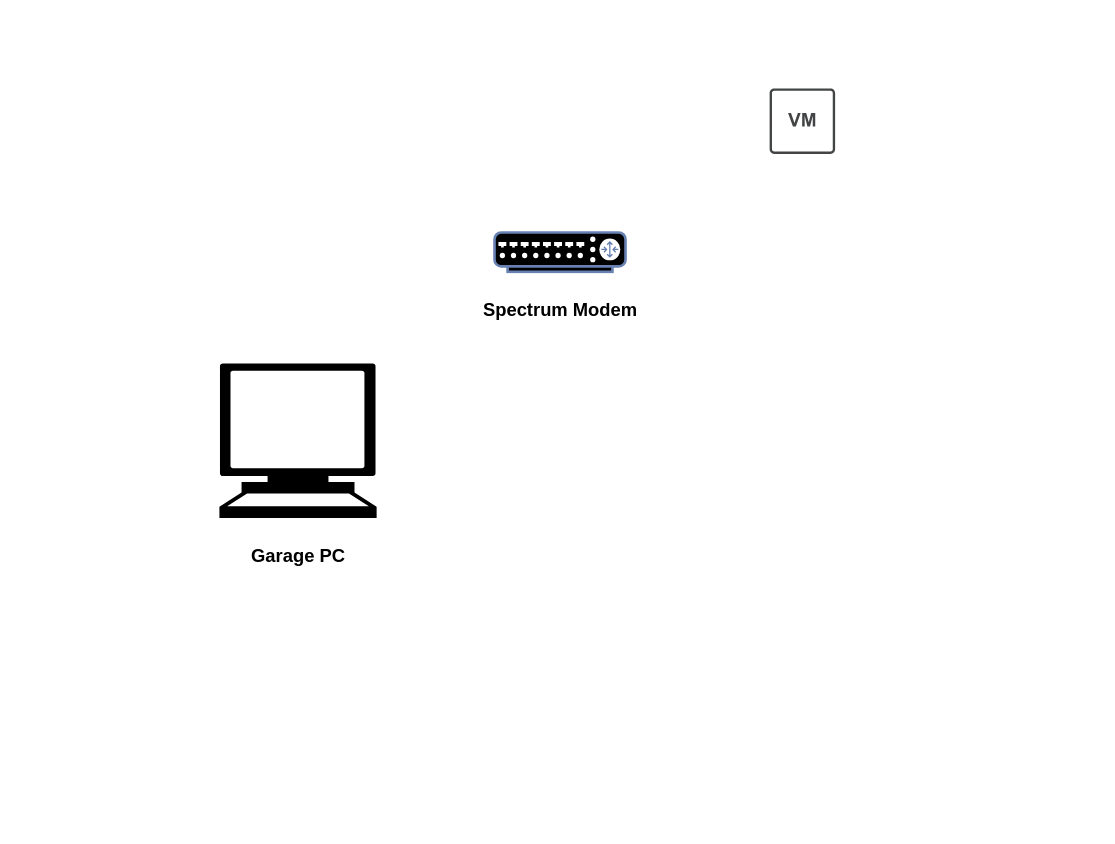
The draw.io diagram Untitled Diagram.drawio in PuroSurPFM/PuroSurPFM, before the edit. Source tidied: cells renumbered, new cells numbered last; positions are measured from the earlier drawing's top-left corner, leaving out a move shared by most shapes. Both pictures are drawn from the tidied source at 131%, with x=0, y=0 at pixel (219, 88).
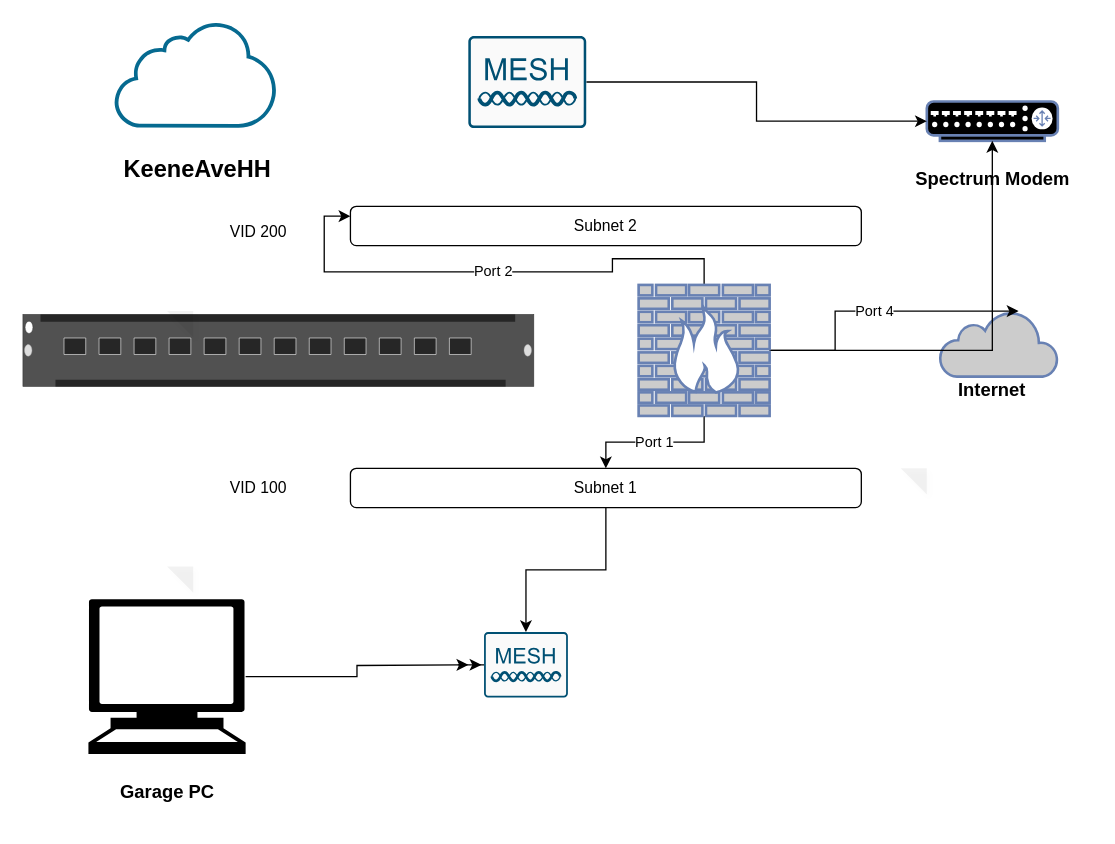
After the change.

Diff of the diagram source:
```diff
@@
+    <mxCell id="5" style="edgeStyle=orthogonalEdgeStyle;rounded=0;jettySize=auto;html=1;fontColor=#000000;" parent="1" edge="1" source="2">
+      <mxGeometry relative="1" as="geometry">
+        <mxPoint x="190" y="440" as="targetPoint" />
+      </mxGeometry>
+    </mxCell>
     <mxCell id="2" value="&lt;h3&gt;&lt;b&gt;Garage PC&lt;/b&gt;&lt;/h3&gt;" style="shape=mxgraph.signs.tech.computer;html=1;fillColor=#000000;strokeColor=none;verticalLabelPosition=bottom;verticalAlign=top;align=center;" parent="1" vertex="1">
-      <mxGeometry y="210" width="120" height="118" as="geometry" />
+      <mxGeometry x="-100" y="390" width="120" height="118" as="geometry" />
     </mxCell>
     <mxCell id="3" value="&lt;h3&gt;&lt;font color=&quot;#000000&quot;&gt;Spectrum Modem&lt;/font&gt;&lt;/h3&gt;" style="fontColor=#0066CC;verticalAlign=top;verticalLabelPosition=bottom;labelPosition=center;align=center;html=1;outlineConnect=0;fillColor=#000000;strokeColor=#6881B3;gradientColor=none;gradientDirection=north;strokeWidth=2;shape=mxgraph.networks.router;" parent="1" vertex="1">
-      <mxGeometry x="210" y="110" width="100" height="30" as="geometry" />
+      <mxGeometry x="540" y="10" width="100" height="30" as="geometry" />
     </mxCell>
-    <mxCell id="4" style="sketch=0;shadow=0;dashed=0;html=1;strokeColor=none;fillColor=#434445;labelPosition=center;verticalLabelPosition=bottom;verticalAlign=top;align=center;shape=mxgraph.vvd.virtual_machine;fontColor=#000000;" parent="1" vertex="1">
-      <mxGeometry x="420" width="50" height="50" as="geometry" />
-    </mxCell>
+    <mxCell id="6" style="html=1;verticalLabelPosition=bottom;verticalAlign=top;shadow=0;dashed=0;shape=mxgraph.rack.hpe_aruba.switches.r0x45a_aruba_6400_12p_40g_100g_qsfp28_module;fontColor=#000000;fillColor=#000000;" parent="1" vertex="1">
+      <mxGeometry x="-150" y="172.5" width="390" height="55" as="geometry" />
+    </mxCell>
+    <mxCell id="7" style="edgeStyle=orthogonalEdgeStyle;rounded=0;jettySize=auto;html=1;entryX=0.5;entryY=0;entryDx=0;entryDy=0;entryPerimeter=0;fontColor=#000000;" parent="1" edge="1" source="8" target="20">
+      <mxGeometry relative="1" as="geometry" />
+    </mxCell>
+    <mxCell id="8" value="Subnet 1" style="rounded=1;whiteSpace=wrap;html=1;fontColor=#000000;fillColor=none;gradientColor=none;" parent="1" vertex="1">
+      <mxGeometry x="100" y="290" width="390" height="30" as="geometry" />
+    </mxCell>
+    <mxCell id="9" value="Subnet 2" style="rounded=1;whiteSpace=wrap;html=1;fontColor=#000000;fillColor=none;gradientColor=none;" parent="1" vertex="1">
+      <mxGeometry x="100" y="90" width="390" height="30" as="geometry" />
+    </mxCell>
+    <mxCell id="10" style="html=1;fillColor=#CCCCCC;strokeColor=#6881B3;gradientColor=none;gradientDirection=north;strokeWidth=2;shape=mxgraph.networks.cloud;fontColor=#ffffff;" parent="1" vertex="1">
+      <mxGeometry x="550" y="170" width="90" height="50" as="geometry" />
+    </mxCell>
+    <mxCell id="11" value="&lt;h3&gt;Internet&lt;/h3&gt;" style="shape=note;whiteSpace=wrap;html=1;backgroundOutline=1;fontColor=#000000;darkOpacity=0.05;fillColor=none;strokeColor=none;fillStyle=solid;direction=west;gradientDirection=north;gradientColor=none;shadow=1;size=20;" parent="1" vertex="1">
+      <mxGeometry x="520" y="150" width="140" height="160" as="geometry" />
+    </mxCell>
+    <mxCell id="12" value="Port 4" style="edgeStyle=orthogonalEdgeStyle;rounded=0;jettySize=auto;html=1;entryX=0.357;entryY=0.875;entryDx=0;entryDy=0;entryPerimeter=0;fontColor=#000000;" parent="1" edge="1" source="16" target="11">
+      <mxGeometry relative="1" as="geometry" />
+    </mxCell>
+    <mxCell id="13" value="Port 1" style="edgeStyle=orthogonalEdgeStyle;rounded=0;jettySize=auto;html=1;fontColor=#000000;" parent="1" edge="1" source="16" target="8">
+      <mxGeometry relative="1" as="geometry" />
+    </mxCell>
+    <mxCell id="14" value="Port 2" style="edgeStyle=orthogonalEdgeStyle;rounded=0;jettySize=auto;html=1;entryX=0;entryY=0.25;entryDx=0;entryDy=0;fontColor=#000000;" parent="1" edge="1" source="16" target="9">
+      <mxGeometry relative="1" as="geometry" />
+    </mxCell>
+    <mxCell id="15" style="edgeStyle=orthogonalEdgeStyle;rounded=0;jettySize=auto;html=1;fontColor=#000000;" parent="1" edge="1" source="16" target="3">
+      <mxGeometry relative="1" as="geometry" />
+    </mxCell>
+    <mxCell id="16" style="fontColor=#0066CC;verticalAlign=top;verticalLabelPosition=bottom;labelPosition=center;align=center;html=1;outlineConnect=0;fillColor=#CCCCCC;strokeColor=#6881B3;gradientColor=none;gradientDirection=north;strokeWidth=2;shape=mxgraph.networks.firewall;" parent="1" vertex="1">
+      <mxGeometry x="320" y="150" width="100" height="100" as="geometry" />
+    </mxCell>
+    <mxCell id="17" value="VID 200" style="shape=note;whiteSpace=wrap;html=1;backgroundOutline=1;fontColor=#000000;darkOpacity=0.05;fillColor=none;strokeColor=none;fillStyle=solid;direction=west;gradientDirection=north;gradientColor=#FFF2A1;shadow=1;size=20;" parent="1" vertex="1">
+      <mxGeometry x="-40" y="30" width="140" height="160" as="geometry" />
+    </mxCell>
+    <mxCell id="18" value="VID 100" style="shape=note;whiteSpace=wrap;html=1;backgroundOutline=1;fontColor=#000000;darkOpacity=0.05;fillColor=none;strokeColor=none;fillStyle=solid;direction=west;gradientDirection=north;gradientColor=#FFF2A1;shadow=1;size=20;" parent="1" vertex="1">
+      <mxGeometry x="-40" y="225" width="140" height="160" as="geometry" />
+    </mxCell>
+    <mxCell id="19" style="edgeStyle=orthogonalEdgeStyle;rounded=0;jettySize=auto;html=1;fontColor=#000000;" parent="1" edge="1" source="20">
+      <mxGeometry relative="1" as="geometry">
+        <mxPoint x="200" y="440" as="targetPoint" />
+      </mxGeometry>
+    </mxCell>
+    <mxCell id="20" style="sketch=0;points=[[0.015,0.015,0],[0.985,0.015,0],[0.985,0.985,0],[0.015,0.985,0],[0.25,0,0],[0.5,0,0],[0.75,0,0],[1,0.25,0],[1,0.5,0],[1,0.75,0],[0.75,1,0],[0.5,1,0],[0.25,1,0],[0,0.75,0],[0,0.5,0],[0,0.25,0]];verticalLabelPosition=bottom;html=1;verticalAlign=top;align=center;shape=mxgraph.cisco19.rect;prIcon=mesh_access_point;fillColor=#FAFAFA;strokeColor=#005073;fontColor=#000000;" parent="1" vertex="1">
+      <mxGeometry x="202" y="415" width="64" height="50" as="geometry" />
+    </mxCell>
+    <mxCell id="21" style="edgeStyle=orthogonalEdgeStyle;rounded=0;jettySize=auto;html=1;fontColor=#000000;" parent="1" edge="1" source="22" target="3">
+      <mxGeometry relative="1" as="geometry" />
+    </mxCell>
+    <mxCell id="22" style="sketch=0;points=[[0.015,0.015,0],[0.985,0.015,0],[0.985,0.985,0],[0.015,0.985,0],[0.25,0,0],[0.5,0,0],[0.75,0,0],[1,0.25,0],[1,0.5,0],[1,0.75,0],[0.75,1,0],[0.5,1,0],[0.25,1,0],[0,0.75,0],[0,0.5,0],[0,0.25,0]];verticalLabelPosition=bottom;html=1;verticalAlign=top;align=center;shape=mxgraph.cisco19.rect;prIcon=mesh_access_point;fillColor=#FAFAFA;strokeColor=#005073;fontColor=#000000;" parent="1" vertex="1">
+      <mxGeometry x="190" y="-40" width="90" height="70.3" as="geometry" />
+    </mxCell>
+    <mxCell id="23" value="&lt;h2&gt;KeeneAveHH&lt;/h2&gt;" style="sketch=0;shadow=0;dashed=0;html=1;strokeColor=none;labelPosition=center;verticalLabelPosition=bottom;verticalAlign=top;align=center;shape=mxgraph.vvd.cloud_computing;fillColor=#066A90;fontColor=#000000;" parent="1" vertex="1">
+      <mxGeometry x="-80" y="-50" width="125" height="80" as="geometry" />
+    </mxCell>
```
